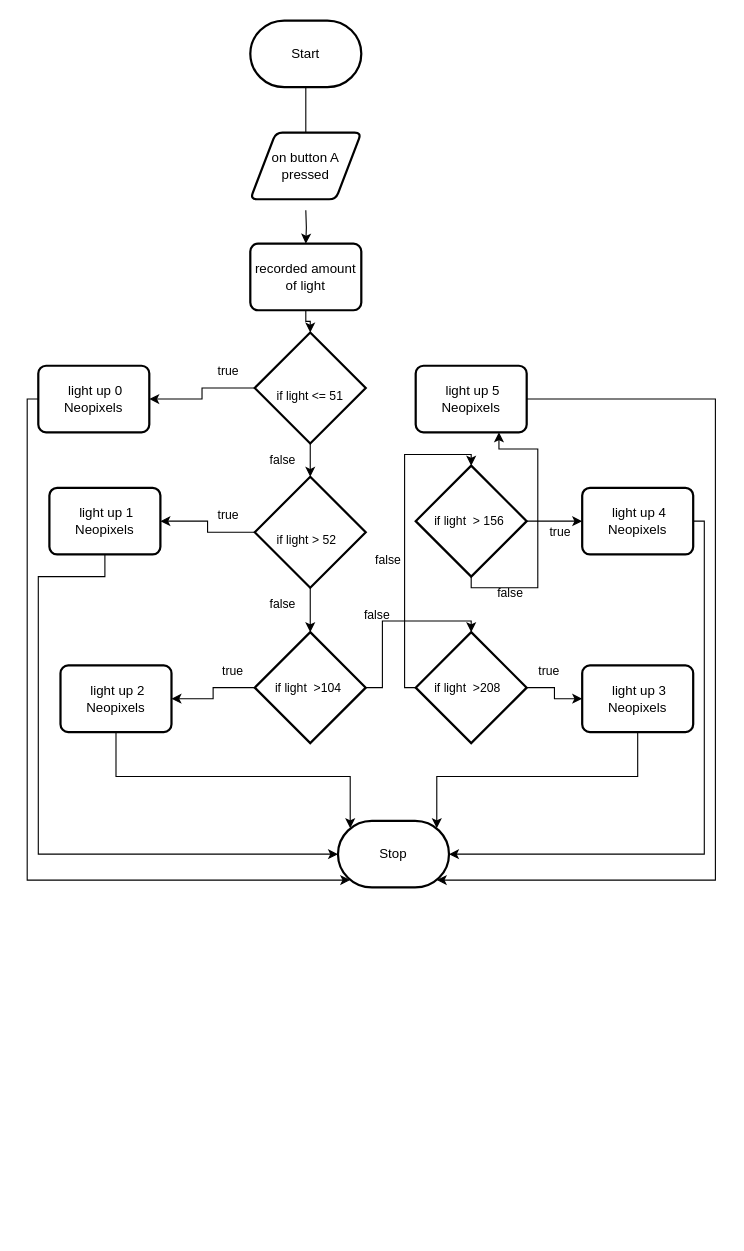
Before: design/flowchart.drawio in MTHS-TEJ2O-1-2024/TEJ2O-Unit-2-10B-gavin-gallant, a draw.io diagram. Source tidied: cells renumbered, new cells numbered last; positions are measured from the earlier drawing's top-left corner, leaving out a move shared by most shapes. Both pictures are drawn from the tidied source at 111%, with x=0, y=0 at pixel (27, 20).
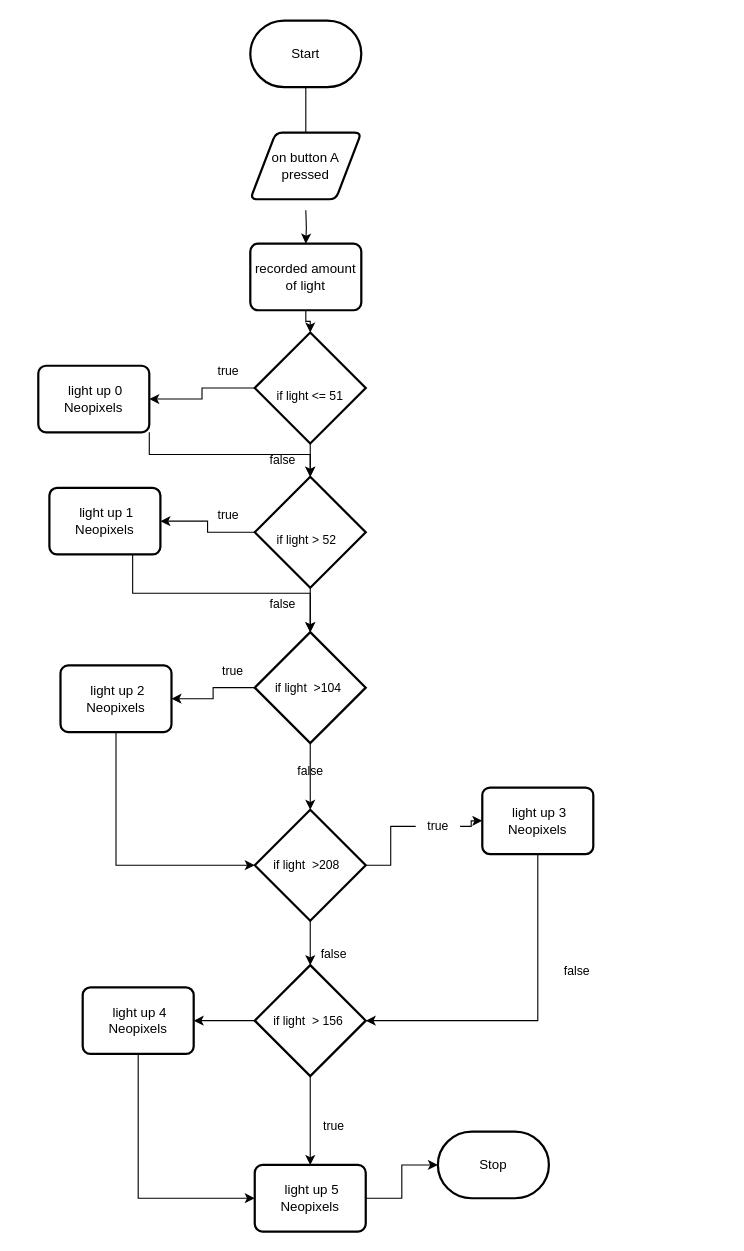
The same diagram, later.

Unchanged cells that the change refers to:
```xml
<mxCell id="9" value="&amp;nbsp;light up 0 Neopixels" style="rounded=1;whiteSpace=wrap;html=1;absoluteArcSize=1;arcSize=14;strokeWidth=2;" parent="1" vertex="1">
  <mxGeometry x="10" y="311" width="100" height="60" as="geometry" />
</mxCell>
<mxCell id="15" value="&lt;br&gt;if light&amp;nbsp;&amp;gt; 52&amp;nbsp;&amp;nbsp;" style="strokeWidth=2;html=1;shape=mxgraph.flowchart.decision;whiteSpace=wrap;fontFamily=Helvetica;fontSize=11;fontColor=default;" parent="1" vertex="1">
  <mxGeometry x="205" y="411" width="100" height="100" as="geometry" />
</mxCell>
<mxCell id="18" value="&lt;br&gt;if light&amp;nbsp;&amp;nbsp;&amp;gt;104&amp;nbsp;&lt;br&gt;&amp;nbsp; &amp;nbsp;" style="strokeWidth=2;html=1;shape=mxgraph.flowchart.decision;whiteSpace=wrap;fontFamily=Helvetica;fontSize=11;fontColor=default;" parent="1" vertex="1">
  <mxGeometry x="205" y="551" width="100" height="100" as="geometry" />
</mxCell>
<mxCell id="26" value="&amp;nbsp;light up 1 Neopixels" style="rounded=1;whiteSpace=wrap;html=1;absoluteArcSize=1;arcSize=14;strokeWidth=2;" parent="1" vertex="1">
  <mxGeometry x="20" y="421" width="100" height="60" as="geometry" />
</mxCell>
<mxCell id="32" value="&amp;nbsp;light up 2 Neopixels" style="rounded=1;whiteSpace=wrap;html=1;absoluteArcSize=1;arcSize=14;strokeWidth=2;" parent="1" vertex="1">
  <mxGeometry x="30" y="581" width="100" height="60" as="geometry" />
</mxCell>
```

Change to the diagram source:
```diff
@@
     <mxCell id="4" value="Stop" style="strokeWidth=2;html=1;shape=mxgraph.flowchart.terminator;whiteSpace=wrap;" parent="1" vertex="1">
-      <mxGeometry x="280" y="721" width="100" height="60" as="geometry" />
+      <mxGeometry x="370" y="1001" width="100" height="60" as="geometry" />
     </mxCell>
@@
-    <mxCell id="8" style="edgeStyle=orthogonalEdgeStyle;shape=connector;rounded=0;html=1;exitX=0;exitY=0.5;exitDx=0;exitDy=0;entryX=0.11;entryY=0.89;entryDx=0;entryDy=0;entryPerimeter=0;labelBackgroundColor=default;strokeColor=default;fontFamily=Helvetica;fontSize=11;fontColor=default;endArrow=classic;" parent="1" edge="1" source="9" target="4">
-      <mxGeometry relative="1" as="geometry">
-        <Array as="points">
-          <mxPoint y="341" />
-          <mxPoint y="774" />
-        </Array>
-      </mxGeometry>
-    </mxCell>
+    <mxCell id="46" style="edgeStyle=orthogonalEdgeStyle;shape=connector;rounded=0;html=1;exitX=1;exitY=1;exitDx=0;exitDy=0;entryX=0.5;entryY=0;entryDx=0;entryDy=0;entryPerimeter=0;labelBackgroundColor=default;strokeColor=default;fontFamily=Helvetica;fontSize=11;fontColor=default;endArrow=classic;" parent="1" edge="1" source="9" target="15">
+      <mxGeometry relative="1" as="geometry" />
+    </mxCell>
@@
-    <mxCell id="17" style="edgeStyle=orthogonalEdgeStyle;shape=connector;rounded=0;html=1;exitX=1;exitY=0.5;exitDx=0;exitDy=0;exitPerimeter=0;entryX=0.5;entryY=0;entryDx=0;entryDy=0;entryPerimeter=0;labelBackgroundColor=default;strokeColor=default;fontFamily=Helvetica;fontSize=11;fontColor=default;endArrow=classic;" parent="1" edge="1" source="18" target="24">
-      <mxGeometry relative="1" as="geometry">
-        <Array as="points">
-          <mxPoint x="320" y="601" />
-          <mxPoint x="320" y="541" />
-          <mxPoint x="400" y="541" />
-        </Array>
-      </mxGeometry>
+    <mxCell id="17" style="edgeStyle=orthogonalEdgeStyle;shape=connector;rounded=0;html=1;exitX=0.5;exitY=1;exitDx=0;exitDy=0;exitPerimeter=0;labelBackgroundColor=default;strokeColor=default;fontFamily=Helvetica;fontSize=11;fontColor=default;endArrow=classic;" parent="1" edge="1" source="18" target="24">
+      <mxGeometry relative="1" as="geometry" />
     </mxCell>
@@
-    <mxCell id="19" style="edgeStyle=orthogonalEdgeStyle;shape=connector;rounded=0;html=1;exitX=1;exitY=0.5;exitDx=0;exitDy=0;exitPerimeter=0;entryX=0;entryY=0.5;entryDx=0;entryDy=0;labelBackgroundColor=default;strokeColor=default;fontFamily=Helvetica;fontSize=11;fontColor=default;endArrow=classic;" parent="1" edge="1" source="21" target="28">
+    <mxCell id="19" style="edgeStyle=orthogonalEdgeStyle;shape=connector;rounded=0;html=1;exitX=0;exitY=0.5;exitDx=0;exitDy=0;exitPerimeter=0;entryX=1;entryY=0.5;entryDx=0;entryDy=0;labelBackgroundColor=default;strokeColor=default;fontFamily=Helvetica;fontSize=11;fontColor=default;endArrow=classic;" parent="1" edge="1" source="21" target="28">
       <mxGeometry relative="1" as="geometry" />
     </mxCell>
-    <mxCell id="20" style="edgeStyle=orthogonalEdgeStyle;shape=connector;rounded=0;html=1;exitX=0.5;exitY=1;exitDx=0;exitDy=0;exitPerimeter=0;entryX=0.75;entryY=1;entryDx=0;entryDy=0;labelBackgroundColor=default;strokeColor=default;fontFamily=Helvetica;fontSize=11;fontColor=default;endArrow=classic;" parent="1" edge="1" source="21" target="34">
-      <mxGeometry relative="1" as="geometry">
-        <Array as="points">
-          <mxPoint x="400" y="511" />
-          <mxPoint x="460" y="511" />
-          <mxPoint x="460" y="386" />
-          <mxPoint x="425" y="386" />
-        </Array>
-      </mxGeometry>
+    <mxCell id="20" style="edgeStyle=orthogonalEdgeStyle;shape=connector;rounded=0;html=1;exitX=0.5;exitY=1;exitDx=0;exitDy=0;exitPerimeter=0;entryX=0.5;entryY=0;entryDx=0;entryDy=0;labelBackgroundColor=default;strokeColor=default;fontFamily=Helvetica;fontSize=11;fontColor=default;endArrow=classic;" parent="1" edge="1" source="21" target="34">
+      <mxGeometry relative="1" as="geometry" />
     </mxCell>
     <mxCell id="21" value="&lt;br&gt;if light&amp;nbsp; &amp;gt; 156&amp;nbsp;&lt;br&gt;&amp;nbsp; &amp;nbsp;" style="strokeWidth=2;html=1;shape=mxgraph.flowchart.decision;whiteSpace=wrap;fontFamily=Helvetica;fontSize=11;fontColor=default;" parent="1" vertex="1">
-      <mxGeometry x="350" y="401" width="100" height="100" as="geometry" />
+      <mxGeometry x="205" y="851" width="100" height="100" as="geometry" />
     </mxCell>
-    <mxCell id="22" style="edgeStyle=orthogonalEdgeStyle;shape=connector;rounded=0;html=1;exitX=1;exitY=0.5;exitDx=0;exitDy=0;exitPerimeter=0;entryX=0;entryY=0.5;entryDx=0;entryDy=0;labelBackgroundColor=default;strokeColor=default;fontFamily=Helvetica;fontSize=11;fontColor=default;endArrow=classic;" parent="1" edge="1" source="24" target="30">
+    <mxCell id="22" style="edgeStyle=orthogonalEdgeStyle;shape=connector;rounded=0;html=1;exitX=1;exitY=0.5;exitDx=0;exitDy=0;exitPerimeter=0;entryX=0;entryY=0.5;entryDx=0;entryDy=0;labelBackgroundColor=default;strokeColor=default;fontFamily=Helvetica;fontSize=11;fontColor=default;endArrow=classic;startArrow=none;" parent="1" edge="1" source="39" target="30">
       <mxGeometry relative="1" as="geometry" />
     </mxCell>
-    <mxCell id="23" style="edgeStyle=orthogonalEdgeStyle;shape=connector;rounded=0;html=1;exitX=0;exitY=0.5;exitDx=0;exitDy=0;exitPerimeter=0;entryX=0.5;entryY=0;entryDx=0;entryDy=0;entryPerimeter=0;labelBackgroundColor=default;strokeColor=default;fontFamily=Helvetica;fontSize=11;fontColor=default;endArrow=classic;" parent="1" edge="1" source="24" target="21">
-      <mxGeometry relative="1" as="geometry">
-        <Array as="points">
-          <mxPoint x="340" y="601" />
-          <mxPoint x="340" y="391" />
-          <mxPoint x="400" y="391" />
-        </Array>
-      </mxGeometry>
+    <mxCell id="23" style="edgeStyle=orthogonalEdgeStyle;shape=connector;rounded=0;html=1;exitX=0.5;exitY=1;exitDx=0;exitDy=0;exitPerimeter=0;labelBackgroundColor=default;strokeColor=default;fontFamily=Helvetica;fontSize=11;fontColor=default;endArrow=classic;" parent="1" edge="1" source="24" target="21">
+      <mxGeometry relative="1" as="geometry" />
     </mxCell>
     <mxCell id="24" value="&lt;br&gt;if light&amp;nbsp; &amp;gt;208&amp;nbsp;&amp;nbsp;&lt;br&gt;&amp;nbsp; &amp;nbsp;" style="strokeWidth=2;html=1;shape=mxgraph.flowchart.decision;whiteSpace=wrap;fontFamily=Helvetica;fontSize=11;fontColor=default;" parent="1" vertex="1">
-      <mxGeometry x="350" y="551" width="100" height="100" as="geometry" />
+      <mxGeometry x="205" y="711" width="100" height="100" as="geometry" />
     </mxCell>
-    <mxCell id="25" style="edgeStyle=orthogonalEdgeStyle;shape=connector;rounded=0;html=1;exitX=0.5;exitY=1;exitDx=0;exitDy=0;entryX=0;entryY=0.5;entryDx=0;entryDy=0;entryPerimeter=0;labelBackgroundColor=default;strokeColor=default;fontFamily=Helvetica;fontSize=11;fontColor=default;endArrow=classic;" parent="1" edge="1" source="26" target="4">
-      <mxGeometry relative="1" as="geometry">
-        <Array as="points">
-          <mxPoint x="70" y="501" />
-          <mxPoint x="10" y="501" />
-          <mxPoint x="10" y="751" />
-        </Array>
-      </mxGeometry>
-    </mxCell>
+    <mxCell id="47" style="edgeStyle=orthogonalEdgeStyle;shape=connector;rounded=0;html=1;exitX=0.75;exitY=1;exitDx=0;exitDy=0;entryX=0.5;entryY=0;entryDx=0;entryDy=0;entryPerimeter=0;labelBackgroundColor=default;strokeColor=default;fontFamily=Helvetica;fontSize=11;fontColor=default;endArrow=classic;" parent="1" edge="1" source="26" target="18">
+      <mxGeometry relative="1" as="geometry" />
+    </mxCell>
@@
-    <mxCell id="27" style="edgeStyle=orthogonalEdgeStyle;shape=connector;rounded=0;html=1;exitX=1;exitY=0.5;exitDx=0;exitDy=0;entryX=1;entryY=0.5;entryDx=0;entryDy=0;entryPerimeter=0;labelBackgroundColor=default;strokeColor=default;fontFamily=Helvetica;fontSize=11;fontColor=default;endArrow=classic;" parent="1" edge="1" source="28" target="4">
-      <mxGeometry relative="1" as="geometry" />
-    </mxCell>
+    <mxCell id="48" style="edgeStyle=orthogonalEdgeStyle;shape=connector;rounded=0;html=1;exitX=0.5;exitY=1;exitDx=0;exitDy=0;entryX=0;entryY=0.5;entryDx=0;entryDy=0;labelBackgroundColor=default;strokeColor=default;fontFamily=Helvetica;fontSize=11;fontColor=default;endArrow=classic;" parent="1" edge="1" source="28" target="34">
+      <mxGeometry relative="1" as="geometry" />
+    </mxCell>
     <mxCell id="28" value="&amp;nbsp;light up 4 Neopixels" style="rounded=1;whiteSpace=wrap;html=1;absoluteArcSize=1;arcSize=14;strokeWidth=2;" parent="1" vertex="1">
-      <mxGeometry x="500" y="421" width="100" height="60" as="geometry" />
+      <mxGeometry x="50" y="871" width="100" height="60" as="geometry" />
     </mxCell>
-    <mxCell id="29" style="edgeStyle=orthogonalEdgeStyle;shape=connector;rounded=0;html=1;exitX=0.5;exitY=1;exitDx=0;exitDy=0;entryX=0.89;entryY=0.11;entryDx=0;entryDy=0;entryPerimeter=0;labelBackgroundColor=default;strokeColor=default;fontFamily=Helvetica;fontSize=11;fontColor=default;endArrow=classic;" parent="1" edge="1" source="30" target="4">
-      <mxGeometry relative="1" as="geometry" />
-    </mxCell>
+    <mxCell id="49" style="edgeStyle=orthogonalEdgeStyle;shape=connector;rounded=0;html=1;exitX=0.5;exitY=1;exitDx=0;exitDy=0;entryX=1;entryY=0.5;entryDx=0;entryDy=0;entryPerimeter=0;labelBackgroundColor=default;strokeColor=default;fontFamily=Helvetica;fontSize=11;fontColor=default;endArrow=classic;" parent="1" edge="1" source="30" target="21">
+      <mxGeometry relative="1" as="geometry" />
+    </mxCell>
     <mxCell id="30" value="&amp;nbsp;light up 3 Neopixels" style="rounded=1;whiteSpace=wrap;html=1;absoluteArcSize=1;arcSize=14;strokeWidth=2;" parent="1" vertex="1">
-      <mxGeometry x="500" y="581" width="100" height="60" as="geometry" />
+      <mxGeometry x="410" y="691" width="100" height="60" as="geometry" />
     </mxCell>
-    <mxCell id="31" style="edgeStyle=orthogonalEdgeStyle;shape=connector;rounded=0;html=1;exitX=0.5;exitY=1;exitDx=0;exitDy=0;entryX=0.11;entryY=0.11;entryDx=0;entryDy=0;entryPerimeter=0;labelBackgroundColor=default;strokeColor=default;fontFamily=Helvetica;fontSize=11;fontColor=default;endArrow=classic;" parent="1" edge="1" source="32" target="4">
-      <mxGeometry relative="1" as="geometry" />
-    </mxCell>
+    <mxCell id="50" style="edgeStyle=orthogonalEdgeStyle;shape=connector;rounded=0;html=1;exitX=0.5;exitY=1;exitDx=0;exitDy=0;entryX=0;entryY=0.5;entryDx=0;entryDy=0;entryPerimeter=0;labelBackgroundColor=default;strokeColor=default;fontFamily=Helvetica;fontSize=11;fontColor=default;endArrow=classic;" parent="1" edge="1" source="32" target="24">
+      <mxGeometry relative="1" as="geometry" />
+    </mxCell>
@@
-    <mxCell id="33" style="edgeStyle=orthogonalEdgeStyle;shape=connector;rounded=0;html=1;exitX=1;exitY=0.5;exitDx=0;exitDy=0;entryX=0.89;entryY=0.89;entryDx=0;entryDy=0;entryPerimeter=0;labelBackgroundColor=default;strokeColor=default;fontFamily=Helvetica;fontSize=11;fontColor=default;endArrow=classic;" parent="1" edge="1" source="34" target="4">
-      <mxGeometry relative="1" as="geometry">
-        <Array as="points">
-          <mxPoint x="620" y="341" />
-          <mxPoint x="620" y="774" />
-        </Array>
-      </mxGeometry>
+    <mxCell id="33" style="edgeStyle=orthogonalEdgeStyle;shape=connector;rounded=0;html=1;exitX=1;exitY=0.5;exitDx=0;exitDy=0;labelBackgroundColor=default;strokeColor=default;fontFamily=Helvetica;fontSize=11;fontColor=default;endArrow=classic;" parent="1" edge="1" source="34" target="4">
+      <mxGeometry relative="1" as="geometry" />
     </mxCell>
     <mxCell id="34" value="&amp;nbsp;light up 5 Neopixels" style="rounded=1;whiteSpace=wrap;html=1;absoluteArcSize=1;arcSize=14;strokeWidth=2;" parent="1" vertex="1">
-      <mxGeometry x="350" y="311" width="100" height="60" as="geometry" />
+      <mxGeometry x="205" y="1031" width="100" height="60" as="geometry" />
     </mxCell>
@@
-    <mxCell id="39" value="true" style="text;html=1;align=center;verticalAlign=middle;points=[];strokeColor=none;fillColor=none;fontSize=11;fontFamily=Helvetica;fontColor=default;" parent="1" vertex="1">
-      <mxGeometry x="450" y="571" width="40" height="30" as="geometry" />
-    </mxCell>
-    <mxCell id="40" value="true" style="text;html=1;align=center;verticalAlign=middle;strokeColor=none;fillColor=none;fontSize=11;fontFamily=Helvetica;fontColor=default;" parent="1" vertex="1">
-      <mxGeometry x="460" y="446" width="40" height="30" as="geometry" />
-    </mxCell>
@@
     <mxCell id="43" value="false" style="text;html=1;align=center;verticalAlign=middle;strokeColor=none;fillColor=none;fontSize=11;fontFamily=Helvetica;fontColor=default;" parent="1" vertex="1">
-      <mxGeometry x="290" y="521" width="50" height="30" as="geometry" />
+      <mxGeometry x="230" y="661" width="50" height="30" as="geometry" />
     </mxCell>
     <mxCell id="44" value="false" style="text;html=1;align=center;verticalAlign=middle;strokeColor=none;fillColor=none;fontSize=11;fontFamily=Helvetica;fontColor=default;" parent="1" vertex="1">
-      <mxGeometry x="300" y="471" width="50" height="30" as="geometry" />
+      <mxGeometry x="251" y="826" width="50" height="30" as="geometry" />
     </mxCell>
     <mxCell id="45" value="false" style="text;html=1;align=center;verticalAlign=middle;strokeColor=none;fillColor=none;fontSize=11;fontFamily=Helvetica;fontColor=default;" parent="1" vertex="1">
-      <mxGeometry x="410" y="501" width="50" height="30" as="geometry" />
+      <mxGeometry x="470" y="841" width="50" height="30" as="geometry" />
     </mxCell>
+    <mxCell id="51" style="edgeStyle=orthogonalEdgeStyle;shape=connector;rounded=0;html=1;exitX=1;exitY=0.5;exitDx=0;exitDy=0;exitPerimeter=0;entryX=0;entryY=0.5;entryDx=0;entryDy=0;labelBackgroundColor=default;strokeColor=default;fontFamily=Helvetica;fontSize=11;fontColor=default;endArrow=none;" parent="1" edge="1" source="24" target="39">
+      <mxGeometry relative="1" as="geometry" />
+    </mxCell>
+    <mxCell id="39" value="true" style="text;html=1;align=center;verticalAlign=middle;points=[];strokeColor=none;fillColor=none;fontSize=11;fontFamily=Helvetica;fontColor=default;" parent="1" vertex="1">
+      <mxGeometry x="350" y="711" width="40" height="30" as="geometry" />
+    </mxCell>
+    <mxCell id="40" value="true" style="text;html=1;align=center;verticalAlign=middle;strokeColor=none;fillColor=none;fontSize=11;fontFamily=Helvetica;fontColor=default;" parent="1" vertex="1">
+      <mxGeometry x="256" y="981" width="40" height="30" as="geometry" />
+    </mxCell>
```
